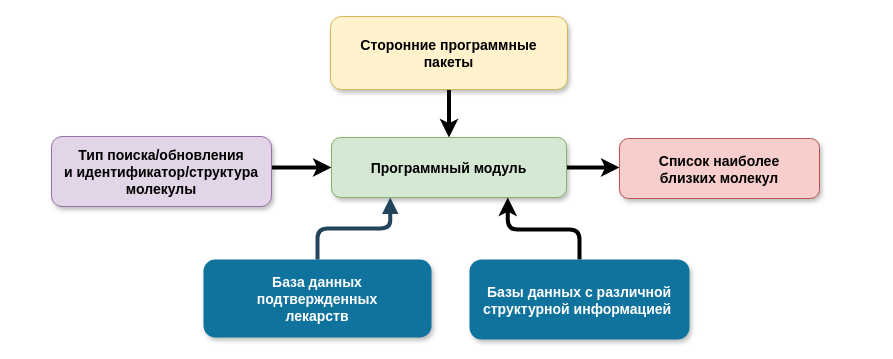
antmaxi/BSc_thesis keeps this draw.io diagram as Latex_diplom/Drawio/Untitled Diagram.drawio. Above is the earlier version. Source tidied: cells renumbered, new cells numbered last; positions are measured from the earlier drawing's top-left corner, leaving out a move shared by most shapes. Both pictures are drawn from the tidied source at 100%, with x=0, y=0 at pixel (51, 16).
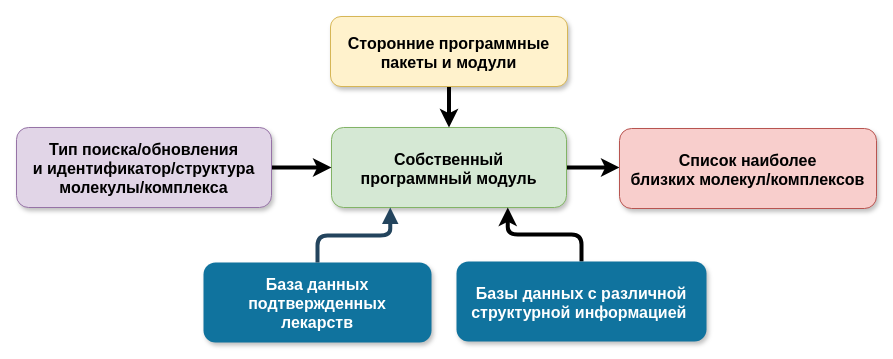
The same diagram, later.

Change to the diagram source:
```diff
@@
 <mxGraphModel background="#ffffff">
   <root>
     <mxCell id="0" />
     <mxCell id="1" parent="0" />
-    <mxCell id="2" value="База данных &#10;подтвержденных &#10;лекарств" style="rounded=1;fillColor=#10739E;strokeColor=none;shadow=1;gradientColor=none;fontStyle=1;fontColor=#FFFFFF;fontSize=14;" parent="1" vertex="1">
-      <mxGeometry x="152" y="243" width="228" height="78" as="geometry" />
+    <mxCell id="2" value="База данных &#10;подтвержденных &#10;лекарств" style="rounded=1;fillColor=#10739E;strokeColor=none;shadow=1;gradientColor=none;fontStyle=1;fontColor=#FFFFFF;fontSize=16;" parent="1" vertex="1">
+      <mxGeometry x="152" y="246" width="228" height="80" as="geometry" />
     </mxCell>
     <mxCell id="3" style="edgeStyle=elbowEdgeStyle;rounded=1;jettySize=auto;elbow=vertical;html=1;strokeWidth=4;" parent="1" edge="1" target="10">
       <mxGeometry relative="1" as="geometry">
         <mxPoint x="458" y="151" as="sourcePoint" />
       </mxGeometry>
     </mxCell>
-    <mxCell id="4" value="Программный модуль" style="rounded=1;fillColor=#d5e8d4;strokeColor=#82b366;shadow=1;fontStyle=1;fontSize=14;" parent="1" vertex="1">
-      <mxGeometry x="280" y="121" width="235" height="60" as="geometry" />
+    <mxCell id="4" value="Собственный&#10;программный модуль" style="rounded=1;fillColor=#d5e8d4;strokeColor=#82b366;shadow=1;fontStyle=1;fontSize=16;" parent="1" vertex="1">
+      <mxGeometry x="280" y="111" width="235" height="80" as="geometry" />
     </mxCell>
     <mxCell id="5" style="edgeStyle=elbowEdgeStyle;rounded=1;jettySize=auto;elbow=vertical;html=1;strokeWidth=4;" parent="1" edge="1" source="6" target="4">
       <mxGeometry relative="1" as="geometry" />
     </mxCell>
-    <mxCell id="6" value="&#10;Тип поиска/обновления&#10;и идентификатор/структура&#10;молекулы&#10;" style="rounded=1;fillColor=#e1d5e7;strokeColor=#9673a6;shadow=1;fontStyle=1;fontSize=14;" parent="1" vertex="1">
-      <mxGeometry y="120" width="220" height="70" as="geometry" />
+    <mxCell id="6" value="&#10;Тип поиска/обновления&#10;и идентификатор/структура&#10;молекулы/комплекса&#10;" style="rounded=1;fillColor=#e1d5e7;strokeColor=#9673a6;shadow=1;fontStyle=1;fontSize=16;" parent="1" vertex="1">
+      <mxGeometry x="-35" y="111" width="255" height="80" as="geometry" />
     </mxCell>
     <mxCell id="7" style="edgeStyle=elbowEdgeStyle;elbow=vertical;strokeWidth=4;endArrow=block;endFill=1;fontStyle=1;strokeColor=#23445D;entryX=0.25;entryY=1;entryDx=0;entryDy=0;exitX=0.5;exitY=0;exitDx=0;exitDy=0;" parent="1" edge="1" source="2" target="4">
-      <mxGeometry x="-55" y="123.5" as="geometry" />
+      <mxGeometry x="-50" y="123.5" as="geometry" />
     </mxCell>
     <mxCell id="8" style="edgeStyle=elbowEdgeStyle;rounded=1;jettySize=auto;html=1;strokeWidth=4;elbow=vertical;exitX=0.5;exitY=0;exitDx=0;exitDy=0;entryX=0.75;entryY=1;entryDx=0;entryDy=0;" parent="1" edge="1" source="9" target="4">
-      <mxGeometry relative="1" as="geometry">
-        <Array as="points">
-          <mxPoint x="495" y="213" />
-        </Array>
-      </mxGeometry>
+      <mxGeometry relative="1" as="geometry" />
     </mxCell>
-    <mxCell id="9" value="&#10;Базы данных с различной&#10;структурной информацией &#10;" style="rounded=1;fillColor=#10739E;strokeColor=none;shadow=1;gradientColor=none;fontStyle=1;fontColor=#FFFFFF;fontSize=14;" parent="1" vertex="1">
-      <mxGeometry x="418" y="243" width="220" height="80" as="geometry" />
+    <mxCell id="9" value="&#10;Базы данных с различной&#10;структурной информацией &#10;" style="rounded=1;fillColor=#10739E;strokeColor=none;shadow=1;gradientColor=none;fontStyle=1;fontColor=#FFFFFF;fontSize=16;" parent="1" vertex="1">
+      <mxGeometry x="405" y="245" width="250" height="80" as="geometry" />
     </mxCell>
-    <mxCell id="10" value="&#10;Список наиболее&#10;близких молекул&#10;" style="rounded=1;fillColor=#f8cecc;strokeColor=#b85450;shadow=1;fontStyle=1;fontSize=14;" parent="1" vertex="1">
-      <mxGeometry x="568" y="122" width="200" height="60" as="geometry" />
+    <mxCell id="10" value="&#10;Список наиболее&#10;близких молекул/комплексов&#10;" style="rounded=1;fillColor=#f8cecc;strokeColor=#b85450;shadow=1;fontStyle=1;fontSize=16;" parent="1" vertex="1">
+      <mxGeometry x="568" y="112" width="257" height="80" as="geometry" />
     </mxCell>
     <mxCell id="11" style="edgeStyle=elbowEdgeStyle;rounded=1;jettySize=auto;elbow=vertical;html=1;exitX=0.5;exitY=1;exitDx=0;exitDy=0;entryX=0.5;entryY=0;entryDx=0;entryDy=0;strokeWidth=4;" parent="1" edge="1" source="12" target="4">
       <mxGeometry relative="1" as="geometry" />
     </mxCell>
-    <mxCell id="12" value="Сторонние программные &#10;пакеты" style="rounded=1;fillColor=#fff2cc;strokeColor=#d6b656;shadow=1;fontStyle=1;fontSize=14;" parent="1" vertex="1">
-      <mxGeometry x="279" width="237" height="73" as="geometry" />
+    <mxCell id="12" value="Сторонние программные &#10;пакеты и модули" style="rounded=1;fillColor=#fff2cc;strokeColor=#d6b656;shadow=1;fontStyle=1;fontSize=16;" parent="1" vertex="1">
+      <mxGeometry x="279" width="237" height="70" as="geometry" />
     </mxCell>
   </root>
 </mxGraphModel>
```
